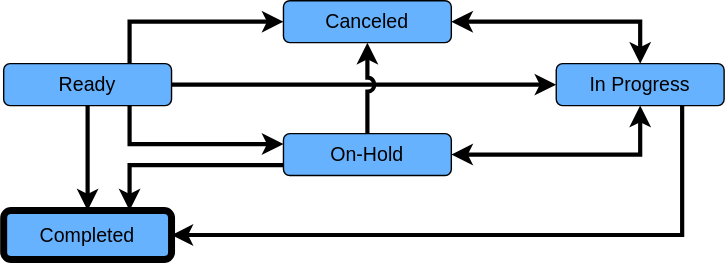
Before: input/images/PatientTaskStateDiagram.svg, a diagram exported from draw.io (HL7/fhir-sdoh-clinicalcare). Source tidied: cells renumbered, new cells last; positions are measured from the earlier drawing's top-left corner, leaving out a move shared by most shapes. Source of this version:
```xml
<mxGraphModel>
  <root>
    <mxCell id="0" />
    <mxCell id="1" parent="0" />
    <mxCell id="2" style="edgeStyle=orthogonalEdgeStyle;rounded=0;jumpStyle=arc;jumpSize=6;jettySize=auto;html=1;exitX=1;exitY=0.5;exitDx=0;exitDy=0;fontSize=14;startArrow=classic;startFill=1;entryX=0.5;entryY=0;entryDx=0;entryDy=0;strokeWidth=3;" parent="1" edge="1" source="3" target="10">
      <mxGeometry relative="1" as="geometry" />
    </mxCell>
    <mxCell id="3" value="&lt;font style=&quot;font-size: 14px;&quot;&gt;Canceled&lt;/font&gt;" style="rounded=1;whiteSpace=wrap;html=1;fillColor=#66B2FF;" parent="1" vertex="1">
      <mxGeometry x="200" width="120" height="30" as="geometry" />
    </mxCell>
    <mxCell id="4" style="edgeStyle=orthogonalEdgeStyle;rounded=0;jettySize=auto;html=1;exitX=0.5;exitY=1;exitDx=0;exitDy=0;entryX=0.5;entryY=0;entryDx=0;entryDy=0;fontSize=14;strokeWidth=3;" parent="1" edge="1" source="8" target="16">
      <mxGeometry relative="1" as="geometry" />
    </mxCell>
    <mxCell id="5" style="edgeStyle=orthogonalEdgeStyle;rounded=0;jumpStyle=arc;jumpSize=6;jettySize=auto;html=1;exitX=0.75;exitY=0;exitDx=0;exitDy=0;fontSize=14;startArrow=none;startFill=0;entryX=0;entryY=0.5;entryDx=0;entryDy=0;strokeWidth=3;" parent="1" edge="1" source="8" target="3">
      <mxGeometry relative="1" as="geometry" />
    </mxCell>
    <mxCell id="6" style="edgeStyle=orthogonalEdgeStyle;rounded=0;jumpStyle=arc;jumpSize=6;jettySize=auto;html=1;exitX=1;exitY=0.5;exitDx=0;exitDy=0;entryX=0;entryY=0.5;entryDx=0;entryDy=0;fontSize=14;startArrow=none;startFill=0;strokeWidth=3;" parent="1" edge="1" source="8" target="10">
      <mxGeometry relative="1" as="geometry" />
    </mxCell>
    <mxCell id="7" style="edgeStyle=orthogonalEdgeStyle;rounded=0;jumpStyle=arc;jumpSize=6;jettySize=auto;html=1;exitX=0.75;exitY=1;exitDx=0;exitDy=0;fontSize=14;startArrow=none;startFill=0;strokeWidth=3;entryX=0;entryY=0.25;entryDx=0;entryDy=0;" parent="1" edge="1" source="8" target="14">
      <mxGeometry relative="1" as="geometry" />
    </mxCell>
    <mxCell id="8" value="&lt;span style=&quot;font-size: 14px;&quot;&gt;Ready&lt;/span&gt;" style="rounded=1;whiteSpace=wrap;html=1;fillColor=#66B2FF;" parent="1" vertex="1">
      <mxGeometry y="45" width="120" height="30" as="geometry" />
    </mxCell>
    <mxCell id="9" style="edgeStyle=orthogonalEdgeStyle;rounded=0;jumpStyle=arc;jumpSize=6;jettySize=auto;html=1;exitX=0.75;exitY=1;exitDx=0;exitDy=0;fontSize=14;startArrow=none;startFill=0;entryX=1;entryY=0.5;entryDx=0;entryDy=0;strokeWidth=3;" parent="1" edge="1" source="10" target="16">
      <mxGeometry relative="1" as="geometry" />
    </mxCell>
    <mxCell id="10" value="&lt;span style=&quot;font-size: 14px;&quot;&gt;In Progress&lt;/span&gt;" style="rounded=1;whiteSpace=wrap;html=1;fillColor=#66B2FF;" parent="1" vertex="1">
      <mxGeometry x="395" y="45" width="120" height="30" as="geometry" />
    </mxCell>
    <mxCell id="11" style="edgeStyle=orthogonalEdgeStyle;rounded=0;jettySize=auto;html=1;exitX=0.5;exitY=0;exitDx=0;exitDy=0;entryX=0.5;entryY=1;entryDx=0;entryDy=0;fontSize=14;jumpStyle=arc;strokeWidth=3;" parent="1" edge="1" source="14" target="3">
      <mxGeometry relative="1" as="geometry" />
    </mxCell>
    <mxCell id="12" style="edgeStyle=orthogonalEdgeStyle;rounded=0;jumpStyle=arc;jumpSize=6;jettySize=auto;html=1;exitX=1;exitY=0.5;exitDx=0;exitDy=0;fontSize=14;startArrow=classic;startFill=1;strokeWidth=3;" parent="1" edge="1" source="14" target="10">
      <mxGeometry relative="1" as="geometry" />
    </mxCell>
    <mxCell id="13" style="edgeStyle=orthogonalEdgeStyle;rounded=0;jumpStyle=arc;jumpSize=6;jettySize=auto;html=1;exitX=0;exitY=0.75;exitDx=0;exitDy=0;fontSize=14;startArrow=none;startFill=0;entryX=0.75;entryY=0;entryDx=0;entryDy=0;strokeWidth=3;" parent="1" edge="1" source="14" target="16">
      <mxGeometry relative="1" as="geometry" />
    </mxCell>
    <mxCell id="14" value="&lt;span style=&quot;font-size: 14px;&quot;&gt;On-Hold&lt;/span&gt;" style="rounded=1;whiteSpace=wrap;html=1;fillColor=#66B2FF;" parent="1" vertex="1">
      <mxGeometry x="200" y="95" width="120" height="30" as="geometry" />
    </mxCell>
    <mxCell id="15" style="edgeStyle=orthogonalEdgeStyle;rounded=0;jettySize=auto;html=1;exitX=1;exitY=0.5;exitDx=0;exitDy=0;entryX=0;entryY=0.5;entryDx=0;entryDy=0;fontSize=14;strokeWidth=3;" parent="1" edge="1" target="x">
      <mxGeometry relative="1" as="geometry">
        <mxPoint x="120" y="70" as="sourcePoint" />
      </mxGeometry>
    </mxCell>
    <mxCell id="16" value="&lt;span style=&quot;font-size: 14px;&quot;&gt;Completed&lt;/span&gt;" style="rounded=1;whiteSpace=wrap;html=1;fillColor=#66B2FF;strokeWidth=5;" parent="1" vertex="1">
      <mxGeometry y="150" width="120" height="35" as="geometry" />
    </mxCell>
  </root>
</mxGraphModel>
```
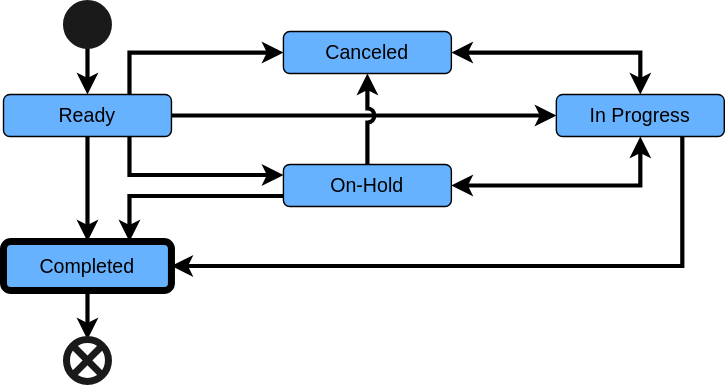
The same diagram one commit later.

Diff of the diagram source:
```diff
@@ -46,8 +46,20 @@
         <mxPoint x="120" y="70" as="sourcePoint" />
       </mxGeometry>
     </mxCell>
+    <mxCell id="17" style="edgeStyle=orthogonalEdgeStyle;rounded=0;jumpStyle=arc;jumpSize=6;jettySize=auto;html=1;exitX=0.5;exitY=1;exitDx=0;exitDy=0;entryX=0.5;entryY=0;entryDx=0;entryDy=0;fontSize=14;startArrow=none;startFill=0;strokeWidth=3;" parent="1" edge="1" source="16" target="20">
+      <mxGeometry relative="1" as="geometry" />
+    </mxCell>
     <mxCell id="16" value="&lt;span style=&quot;font-size: 14px;&quot;&gt;Completed&lt;/span&gt;" style="rounded=1;whiteSpace=wrap;html=1;fillColor=#66B2FF;strokeWidth=5;" parent="1" vertex="1">
       <mxGeometry y="150" width="120" height="35" as="geometry" />
     </mxCell>
+    <mxCell id="18" style="edgeStyle=orthogonalEdgeStyle;rounded=0;jumpStyle=arc;jumpSize=6;jettySize=auto;html=1;entryX=0.5;entryY=0;entryDx=0;entryDy=0;fontSize=14;startArrow=none;startFill=0;strokeWidth=3;" parent="1" edge="1" source="19" target="8">
+      <mxGeometry relative="1" as="geometry" />
+    </mxCell>
+    <mxCell id="19" style="ellipse;whiteSpace=wrap;html=1;fontSize=14;strokeWidth=5;fillColor=#1A1A1A;strokeColor=#1A1A1A;" parent="1" vertex="1">
+      <mxGeometry x="45" y="-20" width="30" height="30" as="geometry" />
+    </mxCell>
+    <mxCell id="20" style="shape=sumEllipse;perimeter=ellipsePerimeter;whiteSpace=wrap;html=1;backgroundOutline=1;fontSize=14;strokeColor=#1A1A1A;strokeWidth=5;fillColor=#FFFFFF;" parent="1" vertex="1">
+      <mxGeometry x="45" y="220" width="30" height="30" as="geometry" />
+    </mxCell>
   </root>
 </mxGraphModel>
```
